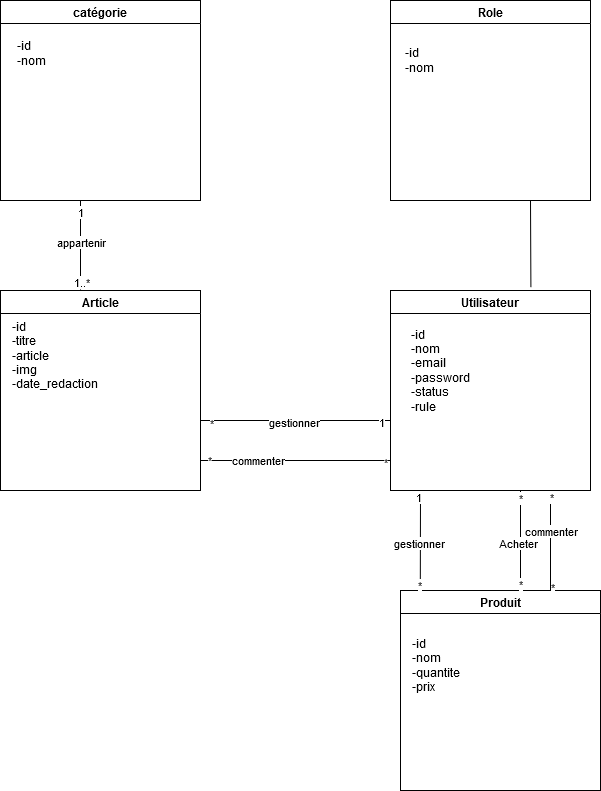
Above: fil rouge Diagramme de class.drawio.png in abdelmalekbenamar/fil-rouge-conception-et-cahier-de-charge (draw.io), before the change. Source tidied: cells renumbered, new cells last; positions are measured from the earlier drawing's top-left corner, leaving out a move shared by most shapes.
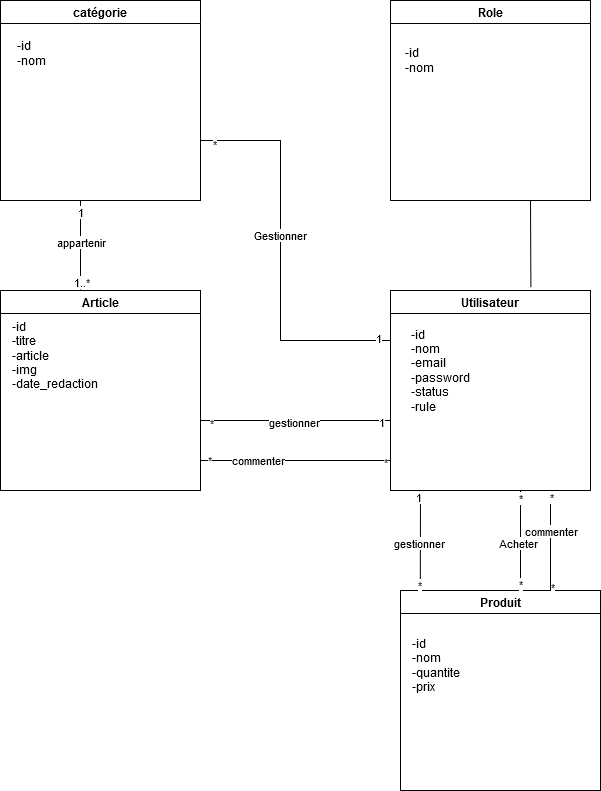
Later version of the same file.

Commit message:
modif diagramme de class

Change to the diagram source:
```diff
@@ -132,5 +132,23 @@
     <mxCell id="36" value="&lt;div&gt;-id&lt;/div&gt;&lt;div&gt;-nom&lt;br&gt;&lt;/div&gt;" style="text;html=1;align=left;verticalAlign=middle;strokeColor=none;fillColor=none;" parent="1" vertex="1">
       <mxGeometry x="15" y="33" width="50" height="40" as="geometry" />
     </mxCell>
+    <mxCell id="37" style="endArrow=none;html=1;rounded=0;entryX=0;entryY=0.25;entryDx=0;entryDy=0;" parent="1" edge="1" target="2">
+      <mxGeometry relative="1" as="geometry">
+        <mxPoint x="200" y="140" as="sourcePoint" />
+        <Array as="points">
+          <mxPoint x="280" y="140" />
+          <mxPoint x="280" y="340" />
+        </Array>
+      </mxGeometry>
+    </mxCell>
+    <mxCell id="38" value="Gestionner" style="edgeLabel;html=1;align=center;verticalAlign=middle;" parent="37" vertex="1">
+      <mxGeometry x="-0.11" y="-1" relative="1" as="geometry" />
+    </mxCell>
+    <mxCell id="39" value="*" style="edgeLabel;html=1;align=center;verticalAlign=middle;" parent="37" vertex="1">
+      <mxGeometry x="-0.93" y="-3" relative="1" as="geometry" />
+    </mxCell>
+    <mxCell id="40" value="1" style="edgeLabel;html=1;align=center;verticalAlign=middle;" parent="37" vertex="1">
+      <mxGeometry x="0.93" y="3" relative="1" as="geometry" />
+    </mxCell>
   </root>
 </mxGraphModel>
```
